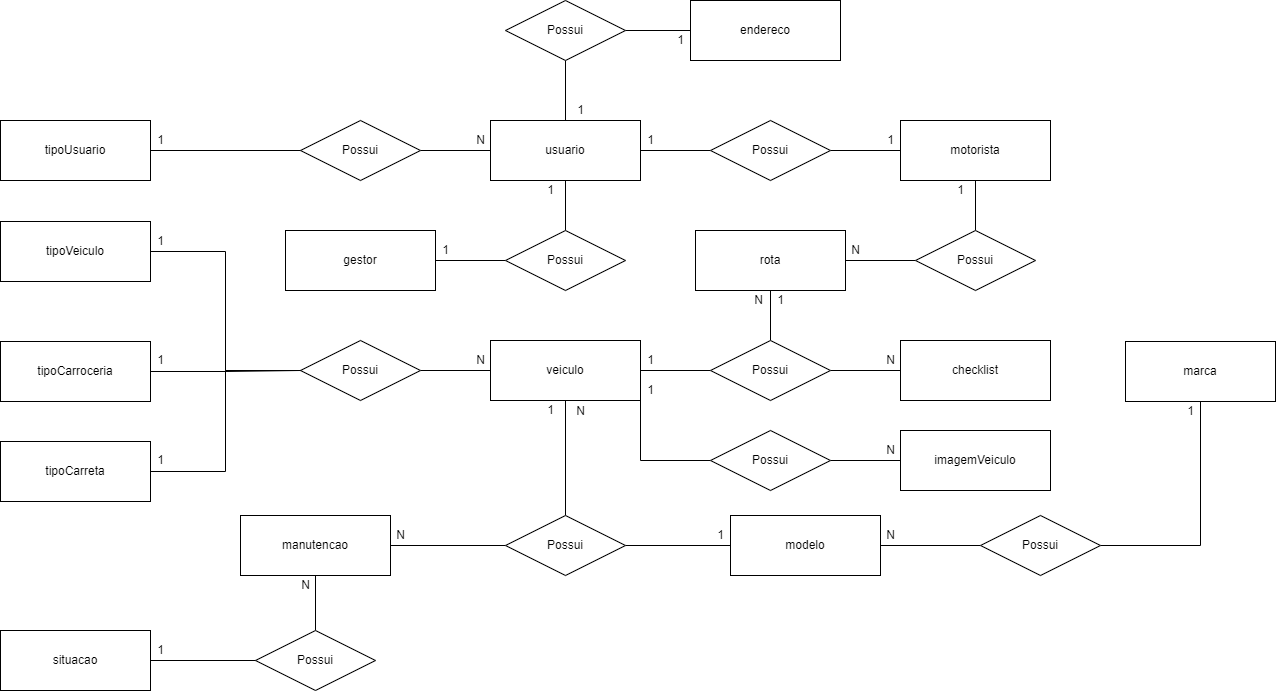
Earlier version of the draw.io export Banco de dados/Modelagens/Loggex-modelo-conceitual.png (Loggex/Backend-Loggex). Source tidied: cells renumbered, new cells last; positions are measured from the earlier drawing's top-left corner, leaving out a move shared by most shapes.
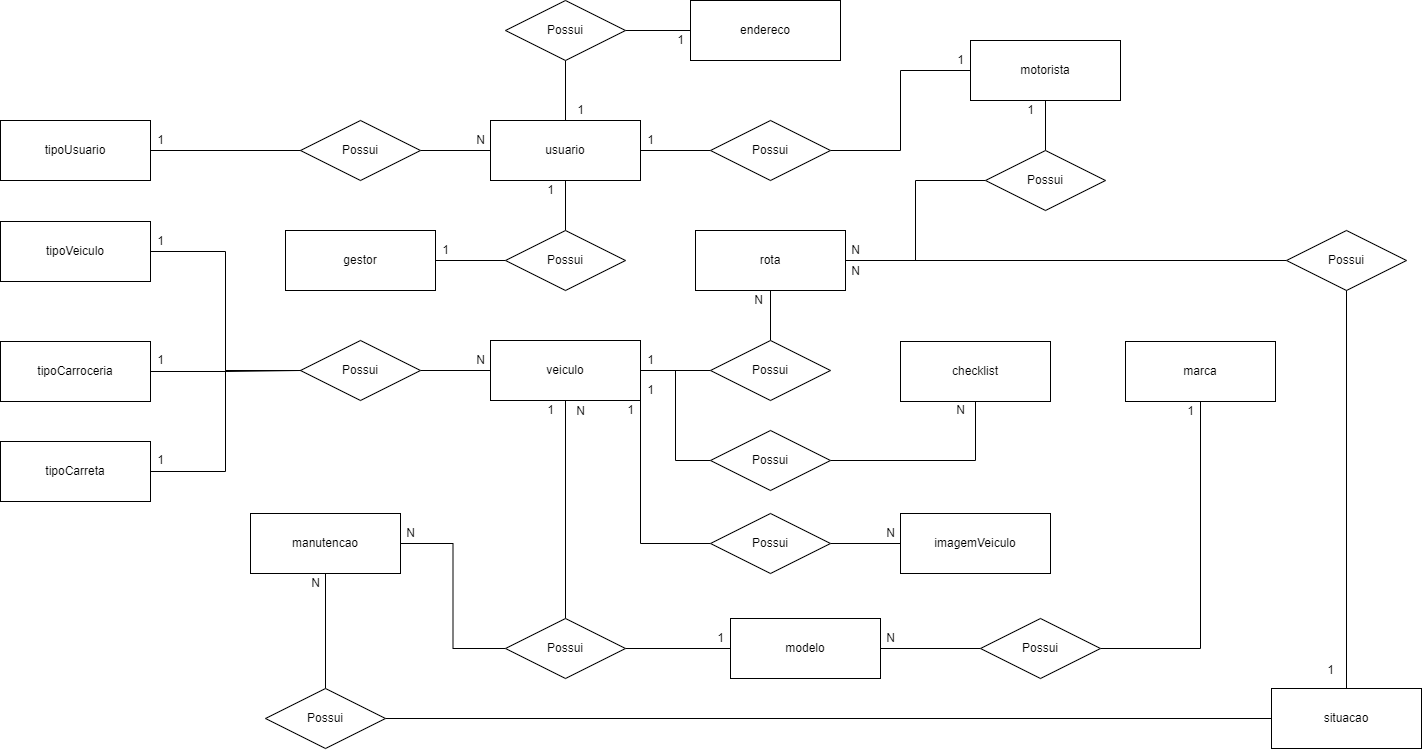
Later version of the same file.

Commit message:
Atualiza modelos lógico e conceitual

Diff of the diagram source:
```diff
@@ -11,6 +11,9 @@
     <mxCell id="4" style="edgeStyle=orthogonalEdgeStyle;rounded=0;jumpStyle=gap;jumpSize=12;jettySize=auto;html=1;exitX=1;exitY=1;exitDx=0;exitDy=0;entryX=0;entryY=0.5;entryDx=0;entryDy=0;endArrow=none;endFill=0;" parent="1" edge="1" source="5" target="75">
       <mxGeometry relative="1" as="geometry" />
     </mxCell>
+    <mxCell id="83" style="edgeStyle=orthogonalEdgeStyle;rounded=0;jumpStyle=gap;jumpSize=11;jettySize=auto;html=1;exitX=1;exitY=0.5;exitDx=0;exitDy=0;entryX=0;entryY=0.5;entryDx=0;entryDy=0;endArrow=none;endFill=0;" parent="1" edge="1" source="5" target="87">
+      <mxGeometry relative="1" as="geometry" />
+    </mxCell>
     <mxCell id="5" value="veiculo" style="whiteSpace=wrap;html=1;align=center;" parent="1" vertex="1">
       <mxGeometry x="490" y="340" width="150" height="60" as="geometry" />
     </mxCell>
@@ -27,7 +30,7 @@
       <mxGeometry y="120" width="150" height="60" as="geometry" />
     </mxCell>
     <mxCell id="10" value="motorista" style="whiteSpace=wrap;html=1;align=center;" parent="1" vertex="1">
-      <mxGeometry x="900" y="120" width="150" height="60" as="geometry" />
+      <mxGeometry x="970" y="40" width="150" height="60" as="geometry" />
     </mxCell>
     <mxCell id="11" style="edgeStyle=orthogonalEdgeStyle;rounded=0;jettySize=auto;html=1;exitX=1;exitY=0.5;exitDx=0;exitDy=0;entryX=0;entryY=0.5;entryDx=0;entryDy=0;endArrow=none;endFill=0;" parent="1" edge="1" source="13" target="30">
       <mxGeometry relative="1" as="geometry" />
@@ -47,21 +50,21 @@
     <mxCell id="16" style="edgeStyle=orthogonalEdgeStyle;rounded=0;jettySize=auto;html=1;exitX=1;exitY=0.5;exitDx=0;exitDy=0;entryX=0;entryY=0.5;entryDx=0;entryDy=0;endArrow=none;endFill=0;" parent="1" edge="1" source="17" target="40">
       <mxGeometry relative="1" as="geometry" />
     </mxCell>
+    <mxCell id="84" style="edgeStyle=orthogonalEdgeStyle;rounded=0;jumpStyle=gap;jumpSize=11;jettySize=auto;html=1;exitX=1;exitY=0.5;exitDx=0;exitDy=0;entryX=0;entryY=0.5;entryDx=0;entryDy=0;endArrow=none;endFill=0;" parent="1" edge="1" source="17" target="91">
+      <mxGeometry relative="1" as="geometry" />
+    </mxCell>
     <mxCell id="17" value="rota" style="whiteSpace=wrap;html=1;align=center;" parent="1" vertex="1">
       <mxGeometry x="695" y="230" width="150" height="60" as="geometry" />
     </mxCell>
+    <mxCell id="19" style="edgeStyle=orthogonalEdgeStyle;rounded=0;jettySize=auto;html=1;exitX=0.5;exitY=1;exitDx=0;exitDy=0;entryX=0.5;entryY=0;entryDx=0;entryDy=0;endArrow=none;endFill=0;" parent="1" edge="1" source="20" target="60">
+      <mxGeometry relative="1" as="geometry" />
+    </mxCell>
-    <mxCell id="18" style="edgeStyle=orthogonalEdgeStyle;rounded=0;jettySize=auto;html=1;exitX=1;exitY=0.5;exitDx=0;exitDy=0;entryX=0;entryY=0.5;entryDx=0;entryDy=0;endArrow=none;endFill=0;" parent="1" edge="1" source="20" target="48">
+    <mxCell id="18" style="edgeStyle=orthogonalEdgeStyle;rounded=0;jumpStyle=gap;jumpSize=11;jettySize=auto;html=1;exitX=1;exitY=0.5;exitDx=0;exitDy=0;entryX=0;entryY=0.5;entryDx=0;entryDy=0;endArrow=none;endFill=0;" parent="1" edge="1" source="20" target="48">
       <mxGeometry relative="1" as="geometry" />
     </mxCell>
-    <mxCell id="19" style="edgeStyle=orthogonalEdgeStyle;rounded=0;jettySize=auto;html=1;exitX=0.5;exitY=1;exitDx=0;exitDy=0;entryX=0.5;entryY=0;entryDx=0;entryDy=0;endArrow=none;endFill=0;" parent="1" edge="1" source="20" target="60">
-      <mxGeometry relative="1" as="geometry" />
-    </mxCell>
     <mxCell id="20" value="manutencao" style="whiteSpace=wrap;html=1;align=center;" parent="1" vertex="1">
-      <mxGeometry x="240" y="515" width="150" height="60" as="geometry" />
+      <mxGeometry x="250" y="513" width="150" height="60" as="geometry" />
     </mxCell>
-    <mxCell id="21" value="checklist" style="whiteSpace=wrap;html=1;align=center;" parent="1" vertex="1">
-      <mxGeometry x="900" y="340" width="150" height="60" as="geometry" />
-    </mxCell>
     <mxCell id="22" style="edgeStyle=orthogonalEdgeStyle;rounded=0;jettySize=auto;html=1;exitX=1;exitY=0.5;exitDx=0;exitDy=0;entryX=0;entryY=0.5;entryDx=0;entryDy=0;endArrow=none;endFill=0;" parent="1" edge="1" source="23" target="34">
       <mxGeometry relative="1" as="geometry" />
     </mxCell>
@@ -93,7 +96,7 @@
       <mxGeometry x="640" y="130" width="20" height="20" as="geometry" />
     </mxCell>
     <mxCell id="32" value="1" style="text;html=1;align=center;verticalAlign=middle;strokeColor=none;fillColor=none;" parent="1" vertex="1">
-      <mxGeometry x="880" y="130" width="20" height="20" as="geometry" />
+      <mxGeometry x="950" y="50" width="20" height="20" as="geometry" />
     </mxCell>
     <mxCell id="33" style="edgeStyle=orthogonalEdgeStyle;rounded=0;jettySize=auto;html=1;exitX=1;exitY=0.5;exitDx=0;exitDy=0;entryX=0;entryY=0.5;entryDx=0;entryDy=0;endArrow=none;endFill=0;" parent="1" edge="1" source="34" target="5">
       <mxGeometry relative="1" as="geometry" />
@@ -107,9 +110,6 @@
     <mxCell id="36" style="edgeStyle=orthogonalEdgeStyle;rounded=0;jettySize=auto;html=1;exitX=0.5;exitY=0;exitDx=0;exitDy=0;entryX=0.5;entryY=1;entryDx=0;entryDy=0;endArrow=none;endFill=0;" parent="1" edge="1" source="38" target="17">
       <mxGeometry relative="1" as="geometry" />
     </mxCell>
-    <mxCell id="37" style="edgeStyle=orthogonalEdgeStyle;rounded=0;jettySize=auto;html=1;exitX=1;exitY=0.5;exitDx=0;exitDy=0;entryX=0;entryY=0.5;entryDx=0;entryDy=0;endArrow=none;endFill=0;" parent="1" edge="1" source="38" target="21">
-      <mxGeometry relative="1" as="geometry" />
-    </mxCell>
     <mxCell id="38" value="Possui" style="shape=rhombus;perimeter=rhombusPerimeter;whiteSpace=wrap;html=1;align=center;" parent="1" vertex="1">
       <mxGeometry x="710" y="340" width="120" height="60" as="geometry" />
     </mxCell>
@@ -117,7 +117,7 @@
       <mxGeometry relative="1" as="geometry" />
     </mxCell>
     <mxCell id="40" value="Possui" style="shape=rhombus;perimeter=rhombusPerimeter;whiteSpace=wrap;html=1;align=center;" parent="1" vertex="1">
-      <mxGeometry x="915" y="230" width="120" height="60" as="geometry" />
+      <mxGeometry x="985" y="150" width="120" height="60" as="geometry" />
     </mxCell>
     <mxCell id="41" value="1" style="text;html=1;align=center;verticalAlign=middle;strokeColor=none;fillColor=none;" parent="1" vertex="1">
       <mxGeometry x="640" y="350" width="20" height="20" as="geometry" />
@@ -126,7 +126,7 @@
       <mxGeometry x="748" y="290" width="20" height="20" as="geometry" />
     </mxCell>
     <mxCell id="43" value="1" style="text;html=1;align=center;verticalAlign=middle;strokeColor=none;fillColor=none;" parent="1" vertex="1">
-      <mxGeometry x="950" y="180" width="20" height="20" as="geometry" />
+      <mxGeometry x="1020" y="100" width="20" height="20" as="geometry" />
     </mxCell>
     <mxCell id="44" value="N" style="text;html=1;align=center;verticalAlign=middle;strokeColor=none;fillColor=none;" parent="1" vertex="1">
       <mxGeometry x="845" y="240" width="20" height="20" as="geometry" />
@@ -141,20 +141,14 @@
       <mxGeometry relative="1" as="geometry" />
     </mxCell>
     <mxCell id="48" value="Possui" style="shape=rhombus;perimeter=rhombusPerimeter;whiteSpace=wrap;html=1;align=center;" parent="1" vertex="1">
-      <mxGeometry x="505" y="515" width="120" height="60" as="geometry" />
+      <mxGeometry x="505" y="618" width="120" height="60" as="geometry" />
     </mxCell>
     <mxCell id="49" value="1" style="text;html=1;align=center;verticalAlign=middle;strokeColor=none;fillColor=none;" parent="1" vertex="1">
       <mxGeometry x="540" y="400" width="20" height="20" as="geometry" />
     </mxCell>
     <mxCell id="50" value="N" style="text;html=1;align=center;verticalAlign=middle;strokeColor=none;fillColor=none;" parent="1" vertex="1">
-      <mxGeometry x="390" y="525" width="20" height="20" as="geometry" />
+      <mxGeometry x="400" y="523" width="20" height="20" as="geometry" />
     </mxCell>
-    <mxCell id="51" value="1" style="text;html=1;align=center;verticalAlign=middle;strokeColor=none;fillColor=none;" parent="1" vertex="1">
-      <mxGeometry x="770" y="290" width="20" height="20" as="geometry" />
-    </mxCell>
-    <mxCell id="52" value="N" style="text;html=1;align=center;verticalAlign=middle;strokeColor=none;fillColor=none;" parent="1" vertex="1">
-      <mxGeometry x="880" y="350" width="20" height="20" as="geometry" />
-    </mxCell>
     <mxCell id="53" style="edgeStyle=orthogonalEdgeStyle;rounded=0;jettySize=auto;html=1;exitX=1;exitY=0.5;exitDx=0;exitDy=0;entryX=0;entryY=0.5;entryDx=0;entryDy=0;endArrow=none;endFill=0;" parent="1" edge="1" source="54" target="34">
       <mxGeometry relative="1" as="geometry" />
     </mxCell>
@@ -176,32 +170,29 @@
     <mxCell id="59" value="endereco" style="whiteSpace=wrap;html=1;align=center;" parent="1" vertex="1">
       <mxGeometry x="690" width="150" height="60" as="geometry" />
     </mxCell>
+    <mxCell id="85" style="edgeStyle=orthogonalEdgeStyle;rounded=0;jumpStyle=gap;jumpSize=11;jettySize=auto;html=1;exitX=1;exitY=0.5;exitDx=0;exitDy=0;entryX=0;entryY=0.5;entryDx=0;entryDy=0;endArrow=none;endFill=0;" parent="1" edge="1" source="60" target="62">
+      <mxGeometry relative="1" as="geometry" />
+    </mxCell>
     <mxCell id="60" value="Possui" style="shape=rhombus;perimeter=rhombusPerimeter;whiteSpace=wrap;html=1;align=center;" parent="1" vertex="1">
-      <mxGeometry x="255" y="630" width="120" height="60" as="geometry" />
+      <mxGeometry x="265" y="688" width="120" height="60" as="geometry" />
     </mxCell>
-    <mxCell id="61" style="edgeStyle=orthogonalEdgeStyle;rounded=0;jettySize=auto;html=1;exitX=1;exitY=0.5;exitDx=0;exitDy=0;entryX=0;entryY=0.5;entryDx=0;entryDy=0;endArrow=none;endFill=0;" parent="1" edge="1" source="62" target="60">
-      <mxGeometry relative="1" as="geometry" />
-    </mxCell>
     <mxCell id="62" value="situacao" style="whiteSpace=wrap;html=1;align=center;" parent="1" vertex="1">
-      <mxGeometry y="630" width="150" height="60" as="geometry" />
+      <mxGeometry x="1271" y="688" width="150" height="60" as="geometry" />
     </mxCell>
-    <mxCell id="63" value="1" style="text;html=1;align=center;verticalAlign=middle;strokeColor=none;fillColor=none;" parent="1" vertex="1">
-      <mxGeometry x="150" y="640" width="20" height="20" as="geometry" />
-    </mxCell>
     <mxCell id="64" value="N" style="text;html=1;align=center;verticalAlign=middle;strokeColor=none;fillColor=none;" parent="1" vertex="1">
-      <mxGeometry x="295" y="575" width="20" height="20" as="geometry" />
+      <mxGeometry x="305" y="573" width="20" height="20" as="geometry" />
     </mxCell>
     <mxCell id="65" style="edgeStyle=orthogonalEdgeStyle;rounded=0;jettySize=auto;html=1;exitX=1;exitY=0.5;exitDx=0;exitDy=0;entryX=0;entryY=0.5;entryDx=0;entryDy=0;endArrow=none;endFill=0;" parent="1" edge="1" source="66" target="68">
       <mxGeometry relative="1" as="geometry" />
     </mxCell>
     <mxCell id="66" value="modelo" style="whiteSpace=wrap;html=1;align=center;" parent="1" vertex="1">
-      <mxGeometry x="730" y="515" width="150" height="60" as="geometry" />
+      <mxGeometry x="730" y="618" width="150" height="60" as="geometry" />
     </mxCell>
     <mxCell id="67" style="edgeStyle=orthogonalEdgeStyle;rounded=0;jettySize=auto;html=1;exitX=1;exitY=0.5;exitDx=0;exitDy=0;entryX=0.5;entryY=1;entryDx=0;entryDy=0;endArrow=none;endFill=0;" parent="1" edge="1" source="68" target="69">
       <mxGeometry relative="1" as="geometry" />
     </mxCell>
     <mxCell id="68" value="Possui" style="shape=rhombus;perimeter=rhombusPerimeter;whiteSpace=wrap;html=1;align=center;" parent="1" vertex="1">
-      <mxGeometry x="980" y="515" width="120" height="60" as="geometry" />
+      <mxGeometry x="980" y="618" width="120" height="60" as="geometry" />
     </mxCell>
     <mxCell id="69" value="marca" style="whiteSpace=wrap;html=1;align=center;" parent="1" vertex="1">
       <mxGeometry x="1125" y="341" width="150" height="60" as="geometry" />
@@ -210,10 +201,10 @@
       <mxGeometry x="570" y="401" width="20" height="20" as="geometry" />
     </mxCell>
     <mxCell id="71" value="1" style="text;html=1;align=center;verticalAlign=middle;strokeColor=none;fillColor=none;" parent="1" vertex="1">
-      <mxGeometry x="710" y="525" width="20" height="20" as="geometry" />
+      <mxGeometry x="710" y="628" width="20" height="20" as="geometry" />
     </mxCell>
     <mxCell id="72" value="N" style="text;html=1;align=center;verticalAlign=middle;strokeColor=none;fillColor=none;" parent="1" vertex="1">
-      <mxGeometry x="880" y="525" width="20" height="20" as="geometry" />
+      <mxGeometry x="880" y="628" width="20" height="20" as="geometry" />
     </mxCell>
     <mxCell id="73" value="1" style="text;html=1;align=center;verticalAlign=middle;strokeColor=none;fillColor=none;" parent="1" vertex="1">
       <mxGeometry x="1180" y="401" width="20" height="20" as="geometry" />
@@ -222,13 +213,13 @@
       <mxGeometry relative="1" as="geometry" />
     </mxCell>
     <mxCell id="75" value="Possui" style="shape=rhombus;perimeter=rhombusPerimeter;whiteSpace=wrap;html=1;align=center;" parent="1" vertex="1">
-      <mxGeometry x="710" y="430" width="120" height="60" as="geometry" />
+      <mxGeometry x="710" y="513" width="120" height="60" as="geometry" />
     </mxCell>
     <mxCell id="76" value="imagemVeiculo" style="whiteSpace=wrap;html=1;align=center;" parent="1" vertex="1">
-      <mxGeometry x="900" y="430" width="150" height="60" as="geometry" />
+      <mxGeometry x="900" y="513" width="150" height="60" as="geometry" />
     </mxCell>
     <mxCell id="77" value="N" style="text;html=1;align=center;verticalAlign=middle;strokeColor=none;fillColor=none;" parent="1" vertex="1">
-      <mxGeometry x="880" y="440" width="20" height="20" as="geometry" />
+      <mxGeometry x="880" y="523" width="20" height="20" as="geometry" />
     </mxCell>
     <mxCell id="78" value="1" style="text;html=1;align=center;verticalAlign=middle;strokeColor=none;fillColor=none;" parent="1" vertex="1">
       <mxGeometry x="640" y="380" width="20" height="20" as="geometry" />
@@ -245,5 +236,32 @@
     <mxCell id="82" value="1" style="text;html=1;align=center;verticalAlign=middle;strokeColor=none;fillColor=none;" parent="1" vertex="1">
       <mxGeometry x="670" y="30" width="20" height="20" as="geometry" />
     </mxCell>
+    <mxCell id="86" style="edgeStyle=orthogonalEdgeStyle;rounded=0;jumpStyle=gap;jumpSize=11;jettySize=auto;html=1;exitX=1;exitY=0.5;exitDx=0;exitDy=0;entryX=0.5;entryY=1;entryDx=0;entryDy=0;endArrow=none;endFill=0;" parent="1" edge="1" source="87" target="21">
+      <mxGeometry relative="1" as="geometry" />
+    </mxCell>
+    <mxCell id="87" value="Possui" style="shape=rhombus;perimeter=rhombusPerimeter;whiteSpace=wrap;html=1;align=center;" parent="1" vertex="1">
+      <mxGeometry x="710" y="430" width="120" height="60" as="geometry" />
+    </mxCell>
+    <mxCell id="21" value="checklist" style="whiteSpace=wrap;html=1;align=center;" parent="1" vertex="1">
+      <mxGeometry x="900" y="341" width="150" height="60" as="geometry" />
+    </mxCell>
+    <mxCell id="88" value="N" style="text;html=1;align=center;verticalAlign=middle;strokeColor=none;fillColor=none;" parent="1" vertex="1">
+      <mxGeometry x="950" y="400" width="20" height="20" as="geometry" />
+    </mxCell>
+    <mxCell id="89" value="1" style="text;html=1;align=center;verticalAlign=middle;strokeColor=none;fillColor=none;" parent="1" vertex="1">
+      <mxGeometry x="620" y="400" width="20" height="20" as="geometry" />
+    </mxCell>
+    <mxCell id="90" style="edgeStyle=orthogonalEdgeStyle;rounded=0;jumpStyle=gap;jumpSize=11;jettySize=auto;html=1;exitX=0.5;exitY=1;exitDx=0;exitDy=0;entryX=0.5;entryY=0;entryDx=0;entryDy=0;endArrow=none;endFill=0;" parent="1" edge="1" source="91" target="62">
+      <mxGeometry relative="1" as="geometry" />
+    </mxCell>
+    <mxCell id="91" value="Possui" style="shape=rhombus;perimeter=rhombusPerimeter;whiteSpace=wrap;html=1;align=center;" parent="1" vertex="1">
+      <mxGeometry x="1286" y="230" width="120" height="60" as="geometry" />
+    </mxCell>
+    <mxCell id="92" value="N" style="text;html=1;align=center;verticalAlign=middle;strokeColor=none;fillColor=none;" parent="1" vertex="1">
+      <mxGeometry x="845" y="261" width="20" height="20" as="geometry" />
+    </mxCell>
+    <mxCell id="93" value="1" style="text;html=1;align=center;verticalAlign=middle;strokeColor=none;fillColor=none;" parent="1" vertex="1">
+      <mxGeometry x="1320" y="660" width="20" height="20" as="geometry" />
+    </mxCell>
   </root>
 </mxGraphModel>
```
